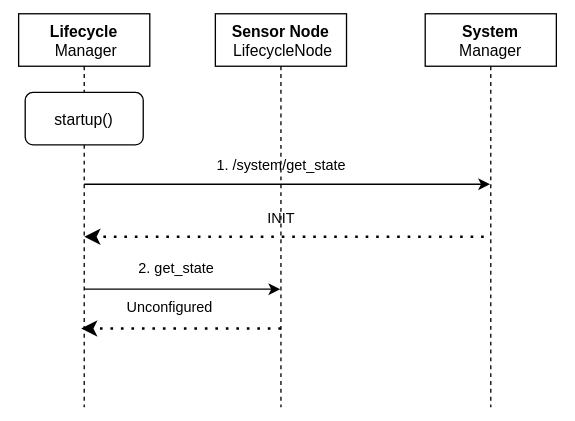
Earlier version of the draw.io export ROS2机器人基础框架/Step4-node.svg (HashWaney/ROS_Document). Source tidied: cells renumbered, new cells last; positions are measured from the earlier drawing's top-left corner, leaving out a move shared by most shapes.
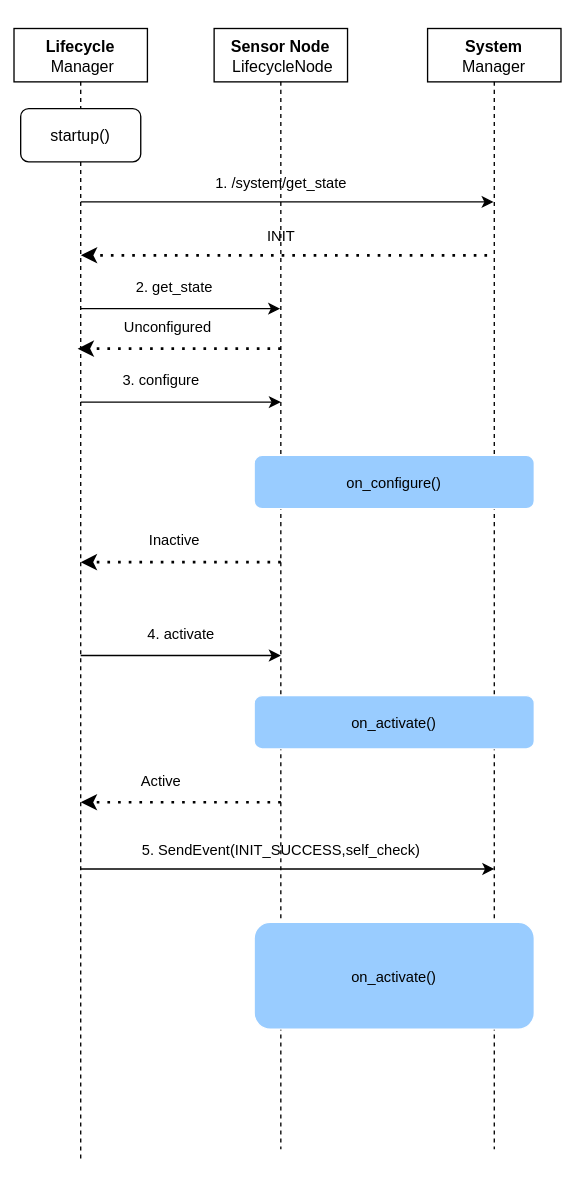
The same diagram one commit later.

Commit message:
vault backup: 2026-11-25 17:04:04

Change to the diagram source:
```diff
@@ -3,13 +3,13 @@
     <mxCell id="0" />
     <mxCell id="1" parent="0" />
     <mxCell id="2" value="&lt;b&gt;Lifecycle&lt;/b&gt;&lt;br&gt;&amp;nbsp;Manager" style="shape=umlLifeline;perimeter=lifelinePerimeter;whiteSpace=wrap;html=1;outlineConnect=0;portConstraint=eastwest;newEdgeStyle={&quot;curved&quot;:0,&quot;rounded&quot;:0};" parent="1" vertex="1">
-      <mxGeometry width="100" height="300" as="geometry" />
+      <mxGeometry width="100" height="850" as="geometry" />
     </mxCell>
     <mxCell id="3" value="&lt;b&gt;Sensor Node&lt;/b&gt;&lt;br&gt;&amp;nbsp;LifecycleNode" style="shape=umlLifeline;perimeter=lifelinePerimeter;whiteSpace=wrap;html=1;outlineConnect=0;portConstraint=eastwest;newEdgeStyle={&quot;curved&quot;:0,&quot;rounded&quot;:0};" parent="1" vertex="1">
-      <mxGeometry x="150" width="100" height="300" as="geometry" />
+      <mxGeometry x="150" width="100" height="840" as="geometry" />
     </mxCell>
     <mxCell id="4" value="&lt;b&gt;System&lt;/b&gt;&lt;br&gt;Manager" style="shape=umlLifeline;perimeter=lifelinePerimeter;whiteSpace=wrap;html=1;outlineConnect=0;portConstraint=eastwest;newEdgeStyle={&quot;curved&quot;:0,&quot;rounded&quot;:0};" parent="1" vertex="1">
-      <mxGeometry x="310" width="100" height="300" as="geometry" />
+      <mxGeometry x="310" width="100" height="840" as="geometry" />
     </mxCell>
     <mxCell id="5" value="startup()" style="rounded=1;whiteSpace=wrap;html=1;" parent="1" vertex="1">
       <mxGeometry x="5" y="60" width="90" height="40" as="geometry" />
@@ -49,5 +49,65 @@
     <mxCell id="13" value="Unconfigured" style="text;html=1;align=center;verticalAlign=middle;strokeColor=none;fillColor=none;fontSize=11;fontFamily=Helvetica;fontColor=default;" parent="1" vertex="1">
       <mxGeometry x="70" y="208" width="90" height="30" as="geometry" />
     </mxCell>
+    <mxCell id="14" style="endArrow=classic;html=1;" parent="1" edge="1">
+      <mxGeometry relative="1" as="geometry">
+        <mxPoint x="50" y="280" as="sourcePoint" />
+        <mxPoint x="200" y="280" as="targetPoint" />
+        <Array as="points">
+          <mxPoint x="130" y="280" />
+        </Array>
+      </mxGeometry>
+    </mxCell>
+    <mxCell id="15" value="3. configure" style="text;html=1;align=center;verticalAlign=middle;strokeColor=none;fillColor=none;fontSize=11;fontFamily=Helvetica;fontColor=default;" parent="1" vertex="1">
+      <mxGeometry x="70" y="248" width="80" height="30" as="geometry" />
+    </mxCell>
+    <mxCell id="16" value="on_configure()" style="rounded=1;whiteSpace=wrap;html=1;fontFamily=Helvetica;fontSize=11;fontColor=default;fillColor=#99CCFF;strokeColor=#FFFFFF;" parent="1" vertex="1">
+      <mxGeometry x="180" y="320" width="210" height="40" as="geometry" />
+    </mxCell>
+    <mxCell id="17" style="endArrow=classic;dashed=1;html=1;dashPattern=1 3;strokeWidth=2;" parent="1" edge="1">
+      <mxGeometry relative="1" as="geometry">
+        <mxPoint x="200" y="400" as="sourcePoint" />
+        <mxPoint x="50" y="400" as="targetPoint" />
+      </mxGeometry>
+    </mxCell>
+    <mxCell id="18" value="Inactive" style="text;html=1;align=center;verticalAlign=middle;strokeColor=none;fillColor=none;fontSize=11;fontFamily=Helvetica;fontColor=default;" parent="1" vertex="1">
+      <mxGeometry x="90" y="368" width="60" height="30" as="geometry" />
+    </mxCell>
+    <mxCell id="19" style="endArrow=classic;html=1;" parent="1" edge="1">
+      <mxGeometry relative="1" as="geometry">
+        <mxPoint x="50" y="470" as="sourcePoint" />
+        <mxPoint x="200" y="470" as="targetPoint" />
+        <Array as="points">
+          <mxPoint x="130" y="470" />
+        </Array>
+      </mxGeometry>
+    </mxCell>
+    <mxCell id="20" value="4. activate" style="text;html=1;align=center;verticalAlign=middle;strokeColor=none;fillColor=none;fontSize=11;fontFamily=Helvetica;fontColor=default;" parent="1" vertex="1">
+      <mxGeometry x="90" y="438" width="70" height="30" as="geometry" />
+    </mxCell>
+    <mxCell id="21" value="on_activate()" style="rounded=1;whiteSpace=wrap;html=1;fontFamily=Helvetica;fontSize=11;fontColor=default;fillColor=#99CCFF;strokeColor=#FFFFFF;" parent="1" vertex="1">
+      <mxGeometry x="180" y="500" width="210" height="40" as="geometry" />
+    </mxCell>
+    <mxCell id="22" style="endArrow=classic;dashed=1;html=1;dashPattern=1 3;strokeWidth=2;" parent="1" edge="1">
+      <mxGeometry relative="1" as="geometry">
+        <mxPoint x="200" y="580" as="sourcePoint" />
+        <mxPoint x="50" y="580" as="targetPoint" />
+      </mxGeometry>
+    </mxCell>
+    <mxCell id="23" value="Active" style="text;html=1;align=center;verticalAlign=middle;strokeColor=none;fillColor=none;fontSize=11;fontFamily=Helvetica;fontColor=default;" parent="1" vertex="1">
+      <mxGeometry x="85" y="548" width="50" height="30" as="geometry" />
+    </mxCell>
+    <mxCell id="24" style="endArrow=classic;html=1;" parent="1" edge="1">
+      <mxGeometry relative="1" as="geometry">
+        <mxPoint x="50" y="630" as="sourcePoint" />
+        <mxPoint x="360" y="630" as="targetPoint" />
+      </mxGeometry>
+    </mxCell>
+    <mxCell id="25" value="5. SendEvent(INIT_SUCCESS,self_check)" style="text;html=1;align=center;verticalAlign=middle;strokeColor=none;fillColor=none;fontSize=11;fontFamily=Helvetica;fontColor=default;" parent="1" vertex="1">
+      <mxGeometry x="85" y="600" width="230" height="30" as="geometry" />
+    </mxCell>
+    <mxCell id="26" value="on_activate()" style="rounded=1;whiteSpace=wrap;html=1;fontFamily=Helvetica;fontSize=11;fontColor=default;fillColor=#99CCFF;strokeColor=#FFFFFF;" parent="1" vertex="1">
+      <mxGeometry x="180" y="670" width="210" height="80" as="geometry" />
+    </mxCell>
   </root>
 </mxGraphModel>
```
